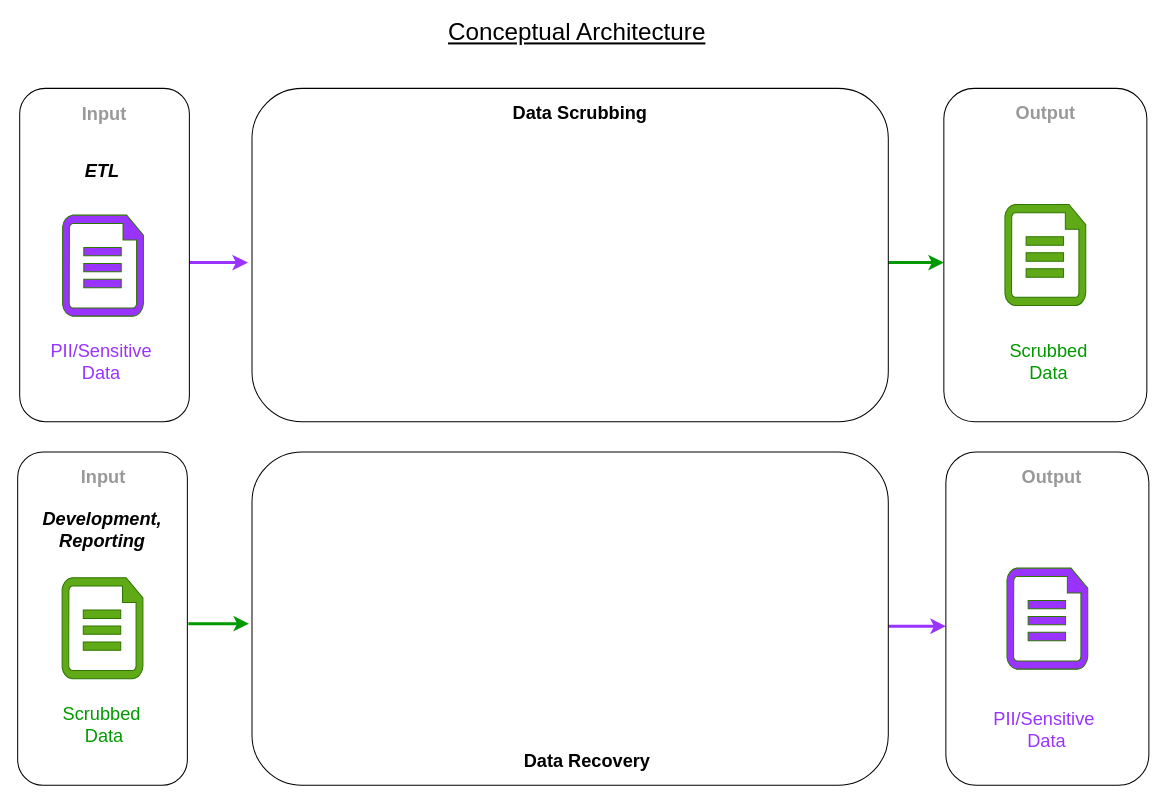
The draw.io diagram page "Concept. Arch." (5 of 6) of AB2 - 2022-12-04-v1.drawio in fotoby/ab3, before the edit. Source tidied: cells renumbered, new cells numbered last; positions are measured from the earlier drawing's top-left corner, leaving out a move shared by most shapes. Both pictures are drawn from the tidied source at 101%, with x=0, y=0 at pixel (17, 17).
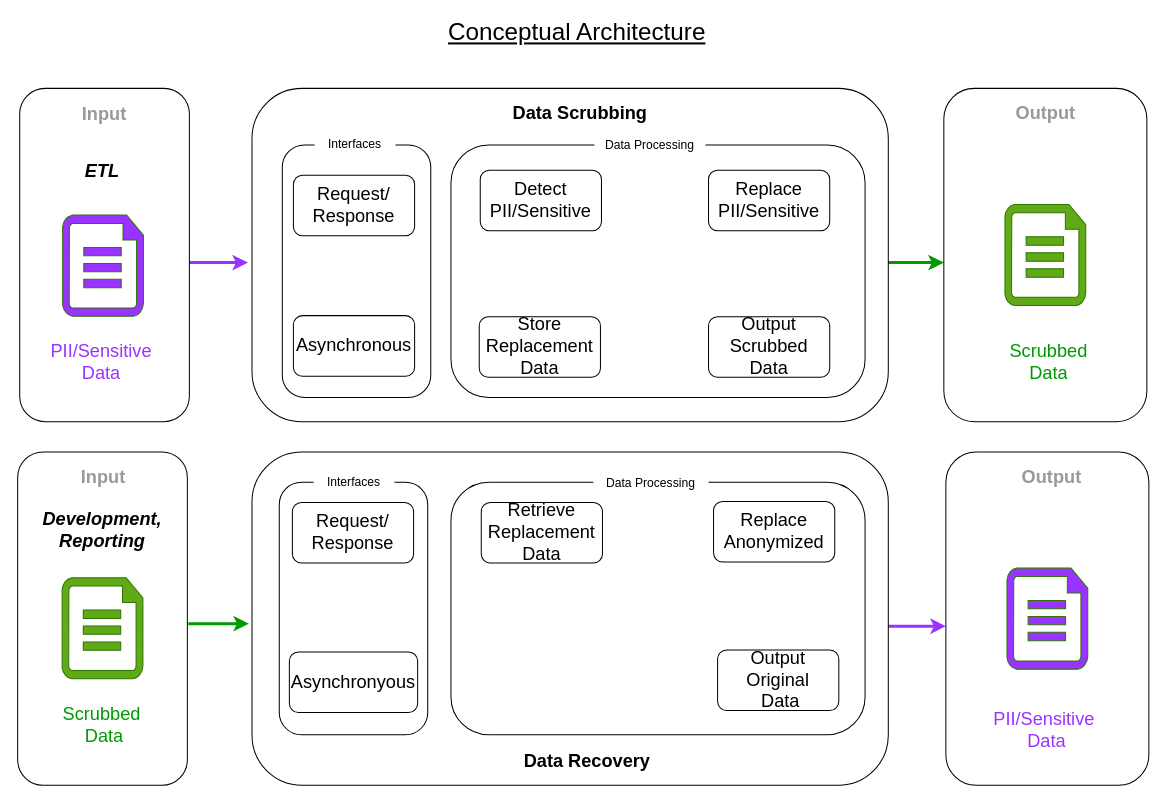
After the change.

The change refers to these unchanged cells:
```xml
<mxCell id="6" style="rounded=1;whiteSpace=wrap;html=1;shadow=0;labelBorderColor=none;strokeColor=default;fontSize=18;fontColor=#000000;" parent="1" vertex="1">
  <mxGeometry x="917" y="70" width="201" height="330" as="geometry" />
</mxCell>
```

The edit, as a diff of the source:
```diff
@@
+    <mxCell id="31" parent="0" />
+    <mxCell id="32" style="rounded=1;whiteSpace=wrap;html=1;shadow=0;labelBorderColor=none;strokeColor=default;fontSize=18;fontColor=#000000;" parent="31" vertex="1">
+      <mxGeometry x="429" y="460" width="410" height="250" as="geometry" />
+    </mxCell>
+    <mxCell id="33" style="rounded=1;whiteSpace=wrap;html=1;shadow=0;labelBorderColor=none;strokeColor=default;fontSize=18;fontColor=#000000;" parent="31" vertex="1">
+      <mxGeometry x="259" y="460" width="147" height="250" as="geometry" />
+    </mxCell>
+    <mxCell id="34" value="Replace Anonymized" style="rounded=1;whiteSpace=wrap;html=1;shadow=0;labelBorderColor=none;strokeColor=default;fontSize=18;fontColor=#000000;" parent="31" vertex="1">
+      <mxGeometry x="689" y="479" width="120" height="60" as="geometry" />
+    </mxCell>
+    <mxCell id="35" value="Output Original&lt;br&gt;&amp;nbsp;Data" style="rounded=1;whiteSpace=wrap;html=1;shadow=0;labelBorderColor=none;strokeColor=default;fontSize=18;fontColor=#000000;" parent="31" vertex="1">
+      <mxGeometry x="693" y="626" width="120" height="60" as="geometry" />
+    </mxCell>
+    <mxCell id="36" value="Retrieve Replacement&lt;br&gt;Data" style="rounded=1;whiteSpace=wrap;html=1;shadow=0;labelBorderColor=none;strokeColor=default;fontSize=18;fontColor=#000000;" parent="31" vertex="1">
+      <mxGeometry x="459" y="480" width="120" height="60" as="geometry" />
+    </mxCell>
+    <mxCell id="37" value="Asynchronyous" style="rounded=1;whiteSpace=wrap;html=1;shadow=0;labelBorderColor=none;strokeColor=default;fontSize=18;fontColor=#000000;" parent="31" vertex="1">
+      <mxGeometry x="269" y="628" width="127" height="60" as="geometry" />
+    </mxCell>
+    <mxCell id="38" value="Request/ Response" style="rounded=1;whiteSpace=wrap;html=1;shadow=0;labelBorderColor=none;strokeColor=default;fontSize=18;fontColor=#000000;" parent="31" vertex="1">
+      <mxGeometry x="272" y="480" width="120" height="60" as="geometry" />
+    </mxCell>
+    <mxCell id="39" value="Interfaces" style="text;html=1;align=center;verticalAlign=middle;whiteSpace=wrap;rounded=1;fillColor=#FFFFFF;strokeColor=none;gradientColor=#FFFFFF;" parent="31" vertex="1">
+      <mxGeometry x="293" y="445" width="80" height="30" as="geometry" />
+    </mxCell>
+    <mxCell id="40" value="Data Processing" style="text;html=1;align=center;verticalAlign=middle;whiteSpace=wrap;rounded=1;fillColor=#FFFFFF;strokeColor=none;gradientColor=#FFFFFF;" parent="31" vertex="1">
+      <mxGeometry x="570" y="446" width="114" height="30" as="geometry" />
+    </mxCell>
+    <mxCell id="41" parent="0" />
+    <mxCell id="42" style="group;" parent="41" vertex="1">
+      <mxGeometry x="262" y="111" width="147" height="265" as="geometry" />
+    </mxCell>
+    <mxCell id="43" style="rounded=1;whiteSpace=wrap;html=1;shadow=0;labelBorderColor=none;strokeColor=default;fontSize=18;fontColor=#000000;" parent="42" vertex="1">
+      <mxGeometry y="15" width="147" height="250" as="geometry" />
+    </mxCell>
+    <mxCell id="44" value="Request/&lt;br&gt;Response" style="rounded=1;whiteSpace=wrap;html=1;shadow=0;labelBorderColor=none;strokeColor=default;fontSize=18;fontColor=#000000;" parent="42" vertex="1">
+      <mxGeometry x="11" y="45" width="120" height="60" as="geometry" />
+    </mxCell>
+    <mxCell id="45" value="Asynchronous" style="rounded=1;whiteSpace=wrap;html=1;shadow=0;labelBorderColor=none;strokeColor=default;fontSize=18;fontColor=#000000;" parent="42" vertex="1">
+      <mxGeometry x="11" y="184" width="120" height="60" as="geometry" />
+    </mxCell>
+    <mxCell id="46" value="Interfaces" style="text;html=1;align=center;verticalAlign=middle;whiteSpace=wrap;rounded=1;fillColor=#FFFFFF;strokeColor=none;gradientColor=#FFFFFF;" parent="42" vertex="1">
+      <mxGeometry x="32" width="80" height="30" as="geometry" />
+    </mxCell>
+    <mxCell id="47" style="group;" parent="41" vertex="1">
+      <mxGeometry x="429" y="112" width="410" height="264" as="geometry" />
+    </mxCell>
+    <mxCell id="48" style="rounded=1;whiteSpace=wrap;html=1;shadow=0;labelBorderColor=none;strokeColor=default;fontSize=18;fontColor=#000000;" parent="47" vertex="1">
+      <mxGeometry y="14" width="410" height="250" as="geometry" />
+    </mxCell>
+    <mxCell id="49" value="Detect PII/Sensitive" style="rounded=1;whiteSpace=wrap;html=1;shadow=0;labelBorderColor=none;strokeColor=default;fontSize=18;fontColor=#000000;" parent="47" vertex="1">
+      <mxGeometry x="29" y="39" width="120" height="60" as="geometry" />
+    </mxCell>
+    <mxCell id="50" value="Replace PII/Sensitive" style="rounded=1;whiteSpace=wrap;html=1;shadow=0;labelBorderColor=none;strokeColor=default;fontSize=18;fontColor=#000000;" parent="47" vertex="1">
+      <mxGeometry x="255" y="39" width="120" height="60" as="geometry" />
+    </mxCell>
+    <mxCell id="51" value="Store Replacement&lt;br&gt;Data" style="rounded=1;whiteSpace=wrap;html=1;shadow=0;labelBorderColor=none;strokeColor=default;fontSize=18;fontColor=#000000;" parent="47" vertex="1">
+      <mxGeometry x="28" y="184" width="120" height="60" as="geometry" />
+    </mxCell>
+    <mxCell id="52" value="Output&lt;br&gt;Scrubbed Data" style="rounded=1;whiteSpace=wrap;html=1;shadow=0;labelBorderColor=none;strokeColor=default;fontSize=18;fontColor=#000000;" parent="47" vertex="1">
+      <mxGeometry x="255" y="184" width="120" height="60" as="geometry" />
+    </mxCell>
+    <mxCell id="53" value="Data Processing" style="text;html=1;align=center;verticalAlign=middle;whiteSpace=wrap;rounded=1;fillColor=#FFFFFF;strokeColor=none;gradientColor=#FFFFFF;" parent="47" vertex="1">
+      <mxGeometry x="142" width="110" height="30" as="geometry" />
+    </mxCell>
+    <mxCell id="54" style="edgeStyle=orthogonalEdgeStyle;rounded=0;orthogonalLoop=1;jettySize=auto;html=1;exitX=0.5;exitY=1;exitDx=0;exitDy=0;" parent="41" edge="1" source="6" target="6">
+      <mxGeometry relative="1" as="geometry" />
+    </mxCell>
```
